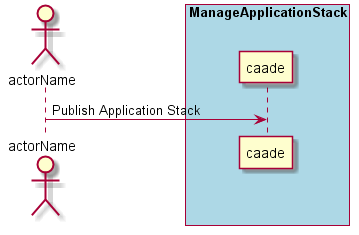
This is docs/UseCases/Manage-Application-Stack/PublishApplicationStack.png from CAADE/C3, a PlantUML export, as it was before one commit.
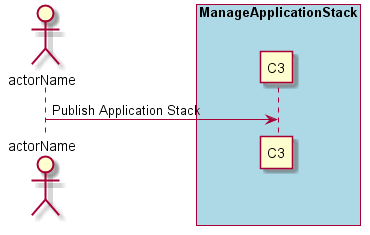
After the change.

What changed in the source:
```diff
@@ -2,7 +2,7 @@
 Actor "actorName" as A
 
 box "ManageApplicationStack" #lightblue
-participant "caade" as S
+participant "C3" as S
 A -> S : Publish Application Stack
 end box
 
```
